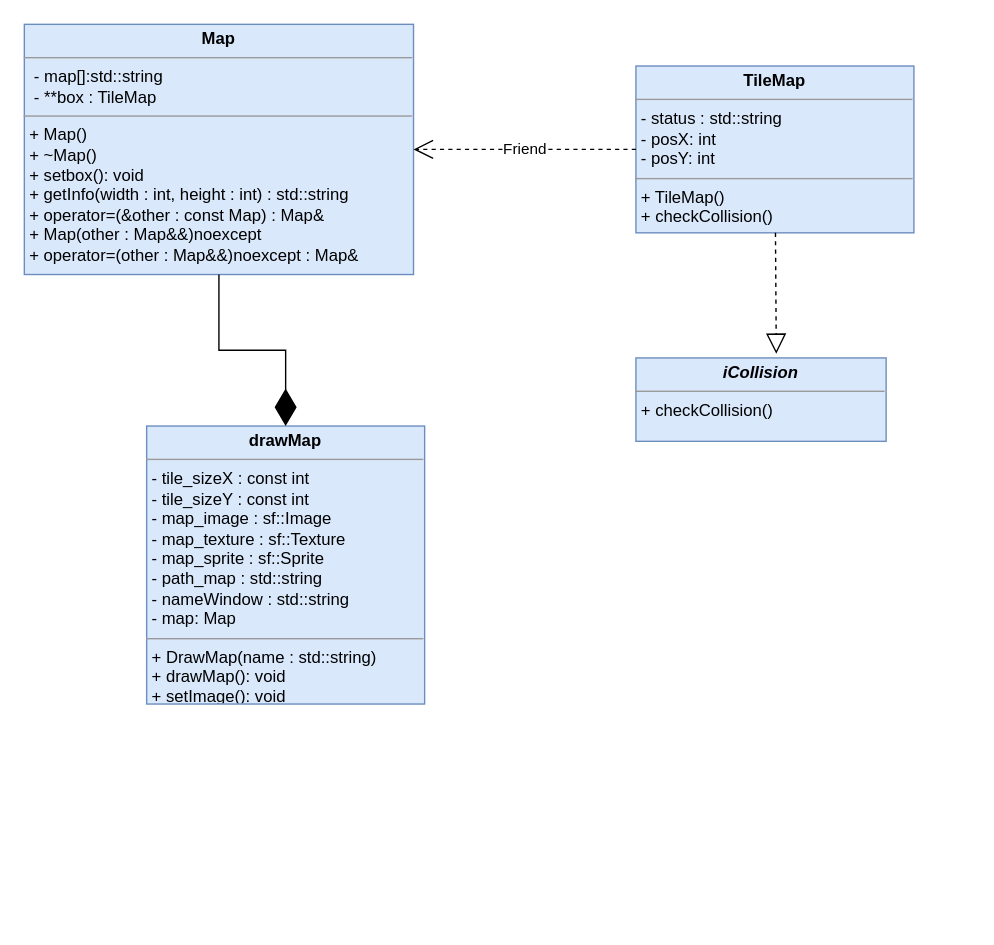
This is Untitled Diagram.drawio from BrodyWar/decqoort, a draw.io file, before an edit. Source tidied: cells renumbered, new cells numbered last; positions are measured from the earlier drawing's top-left corner, leaving out a move shared by most shapes. Both pictures are drawn from the tidied source at 139%, with x=0, y=0 at pixel (24, 24).
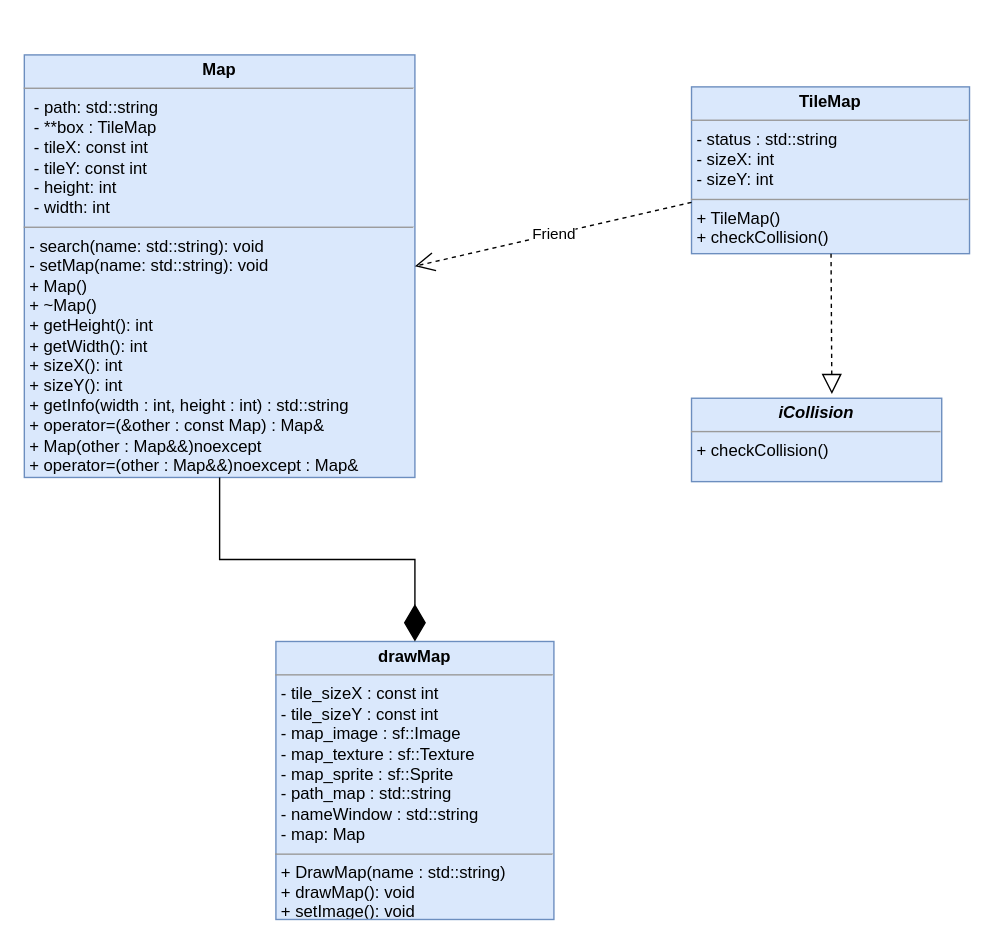
After the change.

What changed in the source:
```diff
@@
 <mxGraphModel>
   <root>
     <mxCell id="0" />
     <mxCell id="1" parent="0" />
-    <mxCell id="2" value="&lt;p style=&quot;margin: 0px ; margin-top: 4px ; text-align: center&quot;&gt;&lt;b&gt;Map&lt;/b&gt;&lt;/p&gt;&lt;hr size=&quot;1&quot;&gt;&lt;p style=&quot;margin: 0px ; margin-left: 4px&quot;&gt;&lt;span&gt;&amp;nbsp;- map[]:std::string&lt;/span&gt;&lt;/p&gt;&lt;p style=&quot;margin: 0px ; margin-left: 4px&quot;&gt;&lt;span&gt;&amp;nbsp;- **box : TileMap&lt;/span&gt;&lt;br&gt;&lt;/p&gt;&lt;hr size=&quot;1&quot;&gt;&lt;p style=&quot;margin: 0px ; margin-left: 4px&quot;&gt;+ Map()&lt;/p&gt;&lt;p style=&quot;margin: 0px ; margin-left: 4px&quot;&gt;+ ~Map()&lt;/p&gt;&lt;p style=&quot;margin: 0px ; margin-left: 4px&quot;&gt;+ setbox(): void&lt;/p&gt;&lt;p style=&quot;margin: 0px ; margin-left: 4px&quot;&gt;+ getInfo(width : int, height : int) : std::string&lt;/p&gt;&lt;p style=&quot;margin: 0px ; margin-left: 4px&quot;&gt;+ operator=(&amp;amp;other : const Map) : Map&amp;amp;&lt;/p&gt;&lt;p style=&quot;margin: 0px ; margin-left: 4px&quot;&gt;+ Map(other : Map&amp;amp;&amp;amp;)noexcept&lt;/p&gt;&lt;p style=&quot;margin: 0px ; margin-left: 4px&quot;&gt;+ operator=(other : Map&amp;amp;&amp;amp;)noexcept : Map&amp;amp;&lt;/p&gt;" style="verticalAlign=top;align=left;overflow=fill;fontSize=12;fontFamily=Helvetica;html=1;fillColor=#dae8fc;strokeColor=#6c8ebf;" parent="1" vertex="1">
-      <mxGeometry width="280" height="180" as="geometry" />
+    <mxCell id="2" value="&lt;p style=&quot;margin: 0px ; margin-top: 4px ; text-align: center&quot;&gt;&lt;b&gt;Map&lt;/b&gt;&lt;/p&gt;&lt;hr size=&quot;1&quot;&gt;&lt;p style=&quot;margin: 0px ; margin-left: 4px&quot;&gt;&lt;span&gt;&amp;nbsp;- path: std::string&lt;/span&gt;&lt;/p&gt;&lt;p style=&quot;margin: 0px ; margin-left: 4px&quot;&gt;&lt;span&gt;&amp;nbsp;- **box : TileMap&lt;/span&gt;&lt;br&gt;&lt;/p&gt;&lt;p style=&quot;margin: 0px ; margin-left: 4px&quot;&gt;&amp;nbsp;- tileX: const int&lt;/p&gt;&lt;p style=&quot;margin: 0px ; margin-left: 4px&quot;&gt;&amp;nbsp;- tileY: const int&lt;/p&gt;&lt;p style=&quot;margin: 0px ; margin-left: 4px&quot;&gt;&amp;nbsp;- height: int&lt;/p&gt;&lt;p style=&quot;margin: 0px ; margin-left: 4px&quot;&gt;&amp;nbsp;- width: int&lt;/p&gt;&lt;hr size=&quot;1&quot;&gt;&lt;p style=&quot;margin: 0px ; margin-left: 4px&quot;&gt;- search(name: std::string): void&lt;/p&gt;&lt;p style=&quot;margin: 0px ; margin-left: 4px&quot;&gt;- setMap(name: std::string): void&lt;/p&gt;&lt;p style=&quot;margin: 0px ; margin-left: 4px&quot;&gt;+ Map()&lt;/p&gt;&lt;p style=&quot;margin: 0px ; margin-left: 4px&quot;&gt;+ ~Map()&lt;/p&gt;&lt;p style=&quot;margin: 0px ; margin-left: 4px&quot;&gt;+ getHeight(): int&lt;/p&gt;&lt;p style=&quot;margin: 0px ; margin-left: 4px&quot;&gt;+ getWidth(): int&lt;/p&gt;&lt;p style=&quot;margin: 0px ; margin-left: 4px&quot;&gt;+ sizeX(): int&lt;/p&gt;&lt;p style=&quot;margin: 0px ; margin-left: 4px&quot;&gt;+ sizeY(): int&lt;/p&gt;&lt;p style=&quot;margin: 0px ; margin-left: 4px&quot;&gt;+ getInfo(width : int, height : int) : std::string&lt;/p&gt;&lt;p style=&quot;margin: 0px ; margin-left: 4px&quot;&gt;+ operator=(&amp;amp;other : const Map) : Map&amp;amp;&lt;/p&gt;&lt;p style=&quot;margin: 0px ; margin-left: 4px&quot;&gt;+ Map(other : Map&amp;amp;&amp;amp;)noexcept&lt;/p&gt;&lt;p style=&quot;margin: 0px ; margin-left: 4px&quot;&gt;+ operator=(other : Map&amp;amp;&amp;amp;)noexcept : Map&amp;amp;&lt;/p&gt;" style="verticalAlign=top;align=left;overflow=fill;fontSize=12;fontFamily=Helvetica;html=1;fillColor=#dae8fc;strokeColor=#6c8ebf;" parent="1" vertex="1">
+      <mxGeometry y="22" width="281" height="304" as="geometry" />
     </mxCell>
     <mxCell id="3" value="&lt;p style=&quot;margin: 0px ; margin-top: 4px ; text-align: center&quot;&gt;&lt;b&gt;&lt;i&gt;iCollision&lt;/i&gt;&lt;/b&gt;&lt;/p&gt;&lt;hr size=&quot;1&quot;&gt;&lt;p style=&quot;margin: 0px ; margin-left: 4px&quot;&gt;+ checkCollision()&lt;/p&gt;" style="verticalAlign=top;align=left;overflow=fill;fontSize=12;fontFamily=Helvetica;html=1;fillColor=#dae8fc;strokeColor=#6c8ebf;" parent="1" vertex="1">
-      <mxGeometry x="440" y="240" width="180" height="60" as="geometry" />
+      <mxGeometry x="480" y="269" width="180" height="60" as="geometry" />
     </mxCell>
     <mxCell id="4" value="&lt;p style=&quot;margin: 0px ; margin-top: 4px ; text-align: center&quot;&gt;&lt;b&gt;drawMap&lt;/b&gt;&lt;/p&gt;&lt;hr size=&quot;1&quot;&gt;&lt;p style=&quot;margin: 0px ; margin-left: 4px&quot;&gt;- tile_sizeX : const int&lt;/p&gt;&lt;p style=&quot;margin: 0px ; margin-left: 4px&quot;&gt;- tile_sizeY : const int&lt;/p&gt;&lt;p style=&quot;margin: 0px ; margin-left: 4px&quot;&gt;- map_image : sf::Image&lt;/p&gt;&lt;p style=&quot;margin: 0px ; margin-left: 4px&quot;&gt;&lt;span&gt;- map_texture : sf::Texture&lt;/span&gt;&lt;/p&gt;&lt;p style=&quot;margin: 0px ; margin-left: 4px&quot;&gt;- map_sprite : sf::Sprite&lt;/p&gt;&lt;p style=&quot;margin: 0px ; margin-left: 4px&quot;&gt;- path_map : std::string&lt;/p&gt;&lt;p style=&quot;margin: 0px ; margin-left: 4px&quot;&gt;- nameWindow : std::string&lt;/p&gt;&lt;p style=&quot;margin: 0px ; margin-left: 4px&quot;&gt;- map: Map&lt;/p&gt;&lt;hr size=&quot;1&quot;&gt;&lt;p style=&quot;margin: 0px ; margin-left: 4px&quot;&gt;+ DrawMap(name : std::string)&lt;/p&gt;&lt;p style=&quot;margin: 0px ; margin-left: 4px&quot;&gt;+ drawMap(): void&lt;/p&gt;&lt;p style=&quot;margin: 0px ; margin-left: 4px&quot;&gt;+ setImage(): void&lt;/p&gt;" style="verticalAlign=top;align=left;overflow=fill;fontSize=12;fontFamily=Helvetica;html=1;fillColor=#dae8fc;strokeColor=#6c8ebf;" parent="1" vertex="1">
-      <mxGeometry x="88" y="289" width="200" height="200" as="geometry" />
+      <mxGeometry x="181" y="444" width="200" height="200" as="geometry" />
     </mxCell>
-    <mxCell id="5" value="&lt;p style=&quot;margin: 0px ; margin-top: 4px ; text-align: center&quot;&gt;&lt;b&gt;TileMap&lt;/b&gt;&lt;/p&gt;&lt;hr size=&quot;1&quot;&gt;&lt;p style=&quot;margin: 0px ; margin-left: 4px&quot;&gt;- status : std::string&lt;/p&gt;&lt;p style=&quot;margin: 0px ; margin-left: 4px&quot;&gt;- posX: int&lt;/p&gt;&lt;p style=&quot;margin: 0px ; margin-left: 4px&quot;&gt;- posY: int&lt;/p&gt;&lt;hr size=&quot;1&quot;&gt;&lt;p style=&quot;margin: 0px ; margin-left: 4px&quot;&gt;+ TileMap()&lt;/p&gt;&lt;p style=&quot;margin: 0px ; margin-left: 4px&quot;&gt;+ checkCollision()&lt;/p&gt;" style="verticalAlign=top;align=left;overflow=fill;fontSize=12;fontFamily=Helvetica;html=1;fillColor=#dae8fc;strokeColor=#6c8ebf;" parent="1" vertex="1">
-      <mxGeometry x="440" y="30" width="200" height="120" as="geometry" />
+    <mxCell id="5" value="&lt;p style=&quot;margin: 0px ; margin-top: 4px ; text-align: center&quot;&gt;&lt;b&gt;TileMap&lt;/b&gt;&lt;/p&gt;&lt;hr size=&quot;1&quot;&gt;&lt;p style=&quot;margin: 0px ; margin-left: 4px&quot;&gt;- status : std::string&lt;/p&gt;&lt;p style=&quot;margin: 0px ; margin-left: 4px&quot;&gt;- sizeX: int&lt;/p&gt;&lt;p style=&quot;margin: 0px ; margin-left: 4px&quot;&gt;- sizeY: int&lt;/p&gt;&lt;hr size=&quot;1&quot;&gt;&lt;p style=&quot;margin: 0px ; margin-left: 4px&quot;&gt;+ TileMap()&lt;/p&gt;&lt;p style=&quot;margin: 0px ; margin-left: 4px&quot;&gt;+ checkCollision()&lt;/p&gt;" style="verticalAlign=top;align=left;overflow=fill;fontSize=12;fontFamily=Helvetica;html=1;fillColor=#dae8fc;strokeColor=#6c8ebf;" parent="1" vertex="1">
+      <mxGeometry x="480" y="45" width="200" height="120" as="geometry" />
     </mxCell>
     <mxCell id="6" style="endArrow=block;dashed=1;endFill=0;endSize=12;html=1;entryX=0.561;entryY=-0.05;entryDx=0;entryDy=0;entryPerimeter=0;" parent="1" edge="1" source="5" target="3">
       <mxGeometry relative="1" as="geometry" />
     </mxCell>
     <mxCell id="7" value="Friend&lt;br&gt;" style="endArrow=open;endSize=12;dashed=1;html=1;entryX=1;entryY=0.5;entryDx=0;entryDy=0;" parent="1" edge="1" source="5" target="2">
       <mxGeometry relative="1" as="geometry" />
     </mxCell>
     <mxCell id="8" style="endArrow=diamondThin;endFill=1;endSize=24;html=1;rounded=0;edgeStyle=orthogonalEdgeStyle;" parent="1" edge="1" source="2" target="4">
       <mxGeometry relative="1" as="geometry" />
     </mxCell>
   </root>
 </mxGraphModel>
```
